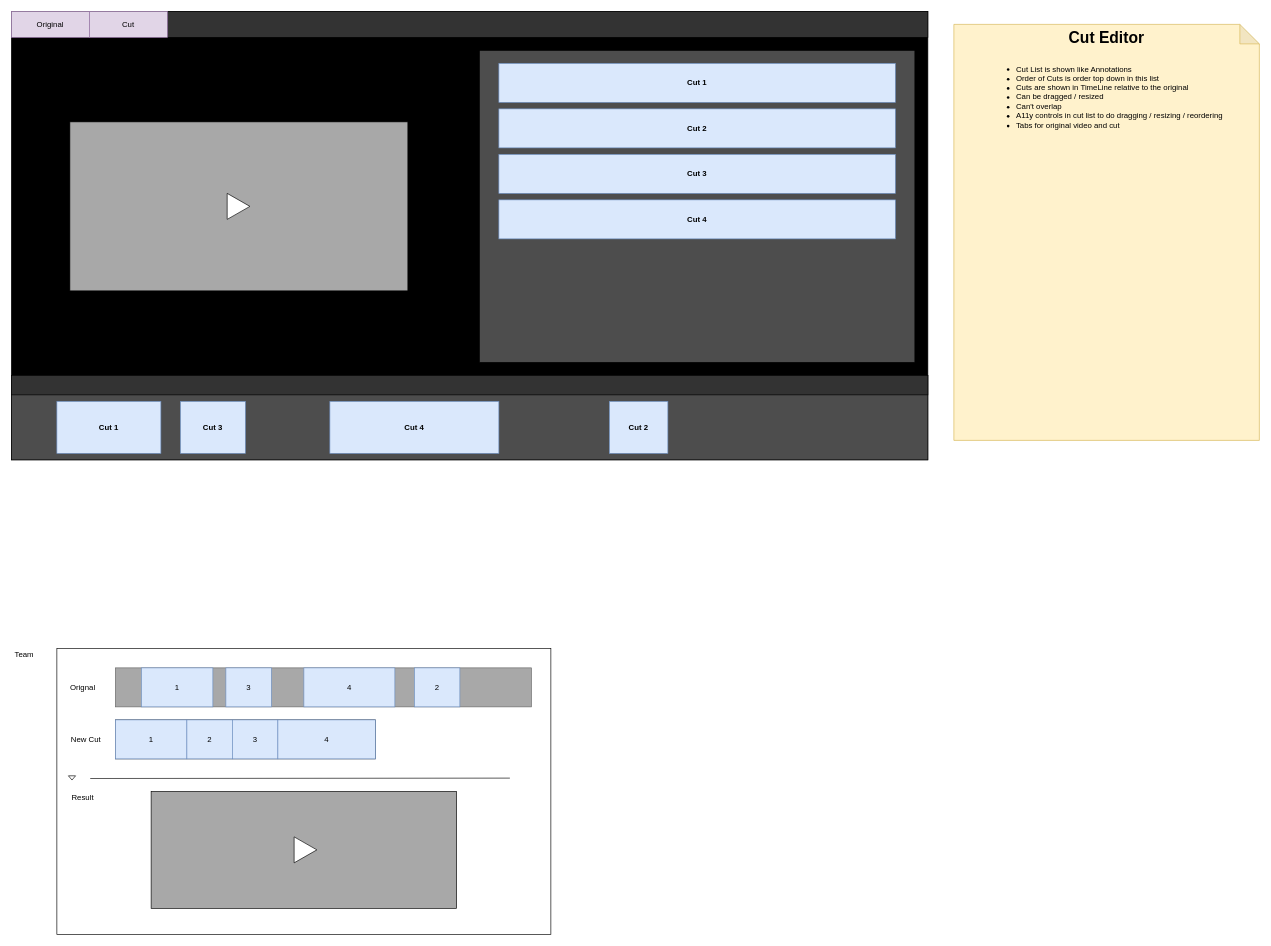
The draw.io diagram documentation/ux-concepts/Concept_VideoCutSolution.drawio in sandstorm/degree50-code, before the edit. Source tidied: cells renumbered, new cells numbered last; positions are measured from the earlier drawing's top-left corner, leaving out a move shared by most shapes. Both pictures are drawn from the tidied source at 65%, with x=0, y=0 at pixel (11, 11).
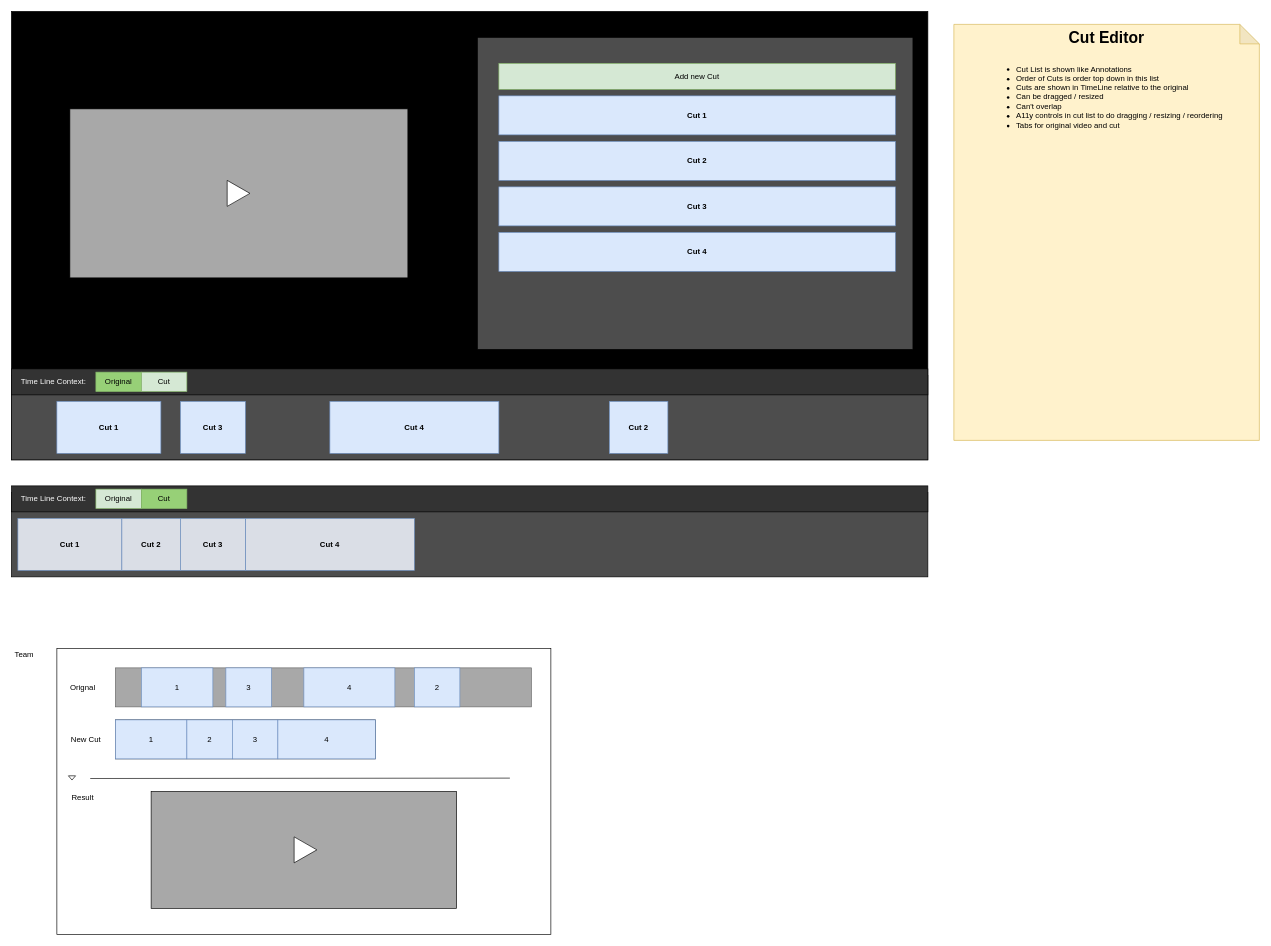
After the change.

Unchanged cells that the change refers to:
```xml
<mxCell id="24" style="group;" parent="1" vertex="1">
  <mxGeometry width="1410" height="690" as="geometry" />
</mxCell>
```

What changed in the source:
```diff
@@
     <mxCell id="26" style="rounded=0;whiteSpace=wrap;html=1;fillColor=#4D4D4D;" parent="24" vertex="1">
-      <mxGeometry x="720" y="60" width="670" height="480" as="geometry" />
+      <mxGeometry x="717" y="40" width="670" height="480" as="geometry" />
     </mxCell>
@@
     <mxCell id="28" value="Cut 1" style="rounded=0;whiteSpace=wrap;html=1;fillColor=#dae8fc;fontStyle=1;strokeColor=#6c8ebf;" parent="24" vertex="1">
-      <mxGeometry x="750" y="80" width="610" height="60" as="geometry" />
+      <mxGeometry x="750" y="130" width="610" height="60" as="geometry" />
     </mxCell>
     <mxCell id="29" value="Cut 2" style="rounded=0;whiteSpace=wrap;html=1;fillColor=#dae8fc;fontStyle=1;strokeColor=#6c8ebf;" parent="24" vertex="1">
-      <mxGeometry x="750" y="150" width="610" height="60" as="geometry" />
+      <mxGeometry x="750" y="200" width="610" height="60" as="geometry" />
     </mxCell>
     <mxCell id="30" value="Cut 3" style="rounded=0;whiteSpace=wrap;html=1;fillColor=#dae8fc;fontStyle=1;strokeColor=#6c8ebf;" parent="24" vertex="1">
-      <mxGeometry x="750" y="220" width="610" height="60" as="geometry" />
+      <mxGeometry x="750" y="270" width="610" height="60" as="geometry" />
     </mxCell>
     <mxCell id="31" value="Cut 4" style="rounded=0;whiteSpace=wrap;html=1;fillColor=#dae8fc;fontStyle=1;strokeColor=#6c8ebf;" parent="24" vertex="1">
-      <mxGeometry x="750" y="290" width="610" height="60" as="geometry" />
+      <mxGeometry x="750" y="340" width="610" height="60" as="geometry" />
     </mxCell>
@@
     <mxCell id="33" style="rounded=0;whiteSpace=wrap;html=1;fontColor=#FFFFFF;fillColor=#333333;" parent="24" vertex="1">
-      <mxGeometry y="560" width="1410" height="30" as="geometry" />
+      <mxGeometry y="550" width="1410" height="40" as="geometry" />
     </mxCell>
@@
-    <mxCell id="37" style="rounded=0;whiteSpace=wrap;html=1;fillColor=#333333;" parent="24" vertex="1">
-      <mxGeometry width="1410" height="40" as="geometry" />
-    </mxCell>
-    <mxCell id="38" value="Original" style="rounded=0;whiteSpace=wrap;html=1;fillColor=#e1d5e7;strokeColor=#9673a6;" parent="24" vertex="1">
-      <mxGeometry width="120" height="40" as="geometry" />
-    </mxCell>
-    <mxCell id="39" value="Cut" style="rounded=0;whiteSpace=wrap;html=1;fillColor=#e1d5e7;strokeColor=#9673a6;" parent="24" vertex="1">
-      <mxGeometry x="120" width="120" height="40" as="geometry" />
-    </mxCell>
+    <mxCell id="44" value="Add new Cut" style="rounded=0;whiteSpace=wrap;html=1;fillColor=#d5e8d4;strokeColor=#82b366;" parent="24" vertex="1">
+      <mxGeometry x="750" y="80" width="610" height="40" as="geometry" />
+    </mxCell>
     <mxCell id="40" style="group;" parent="24" vertex="1">
-      <mxGeometry x="90" y="170" width="520" height="260" as="geometry" />
+      <mxGeometry x="90" y="150" width="520" height="260" as="geometry" />
     </mxCell>
@@
+    <mxCell id="45" value="Original" style="rounded=0;whiteSpace=wrap;html=1;strokeColor=#82b366;fillColor=#97D077;" parent="24" vertex="1">
+      <mxGeometry x="130" y="555" width="70" height="30" as="geometry" />
+    </mxCell>
+    <mxCell id="46" value="Time Line Context:" style="text;html=1;align=center;verticalAlign=middle;whiteSpace=wrap;rounded=0;fontColor=#FFFFFF;" parent="24" vertex="1">
+      <mxGeometry x="10" y="560" width="110" height="20" as="geometry" />
+    </mxCell>
+    <mxCell id="47" value="Cut" style="rounded=0;whiteSpace=wrap;html=1;fillColor=#d5e8d4;strokeColor=#82b366;" parent="24" vertex="1">
+      <mxGeometry x="200" y="555" width="70" height="30" as="geometry" />
+    </mxCell>
@@
+    <mxCell id="48" style="rounded=0;whiteSpace=wrap;html=1;fillColor=#4D4D4D;" parent="1" vertex="1">
+      <mxGeometry y="740" width="1410" height="130" as="geometry" />
+    </mxCell>
+    <mxCell id="49" value="Cut 1" style="rounded=0;whiteSpace=wrap;html=1;fontStyle=1;strokeColor=#6c8ebf;fillColor=#DADEE6;" parent="1" vertex="1">
+      <mxGeometry x="10" y="780" width="160" height="80" as="geometry" />
+    </mxCell>
+    <mxCell id="50" style="rounded=0;whiteSpace=wrap;html=1;fontColor=#FFFFFF;fillColor=#333333;" parent="1" vertex="1">
+      <mxGeometry y="730" width="1410" height="40" as="geometry" />
+    </mxCell>
+    <mxCell id="51" value="Cut 4" style="rounded=0;whiteSpace=wrap;html=1;fontStyle=1;strokeColor=#6c8ebf;fillColor=#DADEE6;" parent="1" vertex="1">
+      <mxGeometry x="360" y="780" width="260" height="80" as="geometry" />
+    </mxCell>
+    <mxCell id="52" value="Cut 2" style="rounded=0;whiteSpace=wrap;html=1;fontStyle=1;strokeColor=#6c8ebf;fillColor=#DADEE6;" parent="1" vertex="1">
+      <mxGeometry x="170" y="780" width="90" height="80" as="geometry" />
+    </mxCell>
+    <mxCell id="53" value="Cut 3" style="rounded=0;whiteSpace=wrap;html=1;fontStyle=1;strokeColor=#6c8ebf;fillColor=#DADEE6;" parent="1" vertex="1">
+      <mxGeometry x="260" y="780" width="100" height="80" as="geometry" />
+    </mxCell>
+    <mxCell id="54" value="Original" style="rounded=0;whiteSpace=wrap;html=1;strokeColor=#82b366;fillColor=#d5e8d4;" parent="1" vertex="1">
+      <mxGeometry x="130" y="735" width="70" height="30" as="geometry" />
+    </mxCell>
+    <mxCell id="55" value="Time Line Context:" style="text;html=1;align=center;verticalAlign=middle;whiteSpace=wrap;rounded=0;fontColor=#FFFFFF;" parent="1" vertex="1">
+      <mxGeometry x="10" y="740" width="110" height="20" as="geometry" />
+    </mxCell>
+    <mxCell id="56" value="Cut" style="rounded=0;whiteSpace=wrap;html=1;strokeColor=#82b366;fillColor=#97D077;" parent="1" vertex="1">
+      <mxGeometry x="200" y="735" width="70" height="30" as="geometry" />
+    </mxCell>
```
